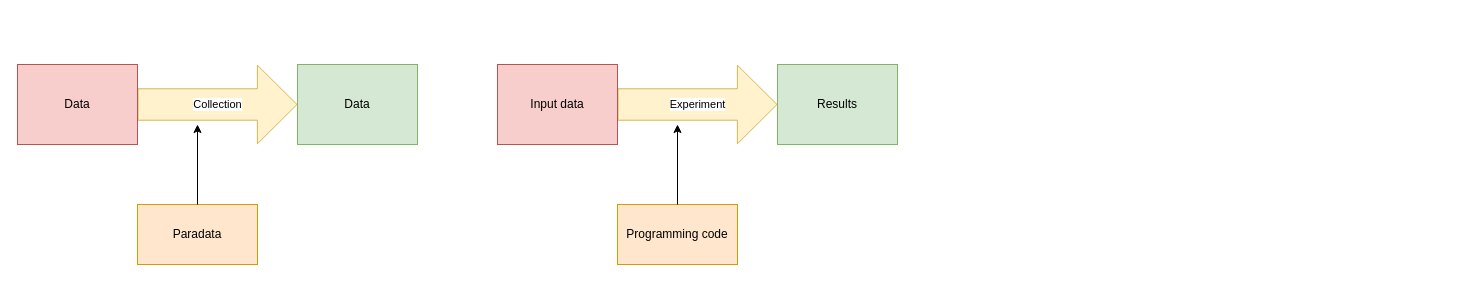
The draw.io diagram figure_1.drawio in richelbilderbeek/chapter_paradata, before the edit. Source tidied: cells renumbered, new cells numbered last; positions are measured from the earlier drawing's top-left corner, leaving out a move shared by most shapes. Both pictures are drawn from the tidied source at 100%, with x=0, y=0 at pixel (17, 64).
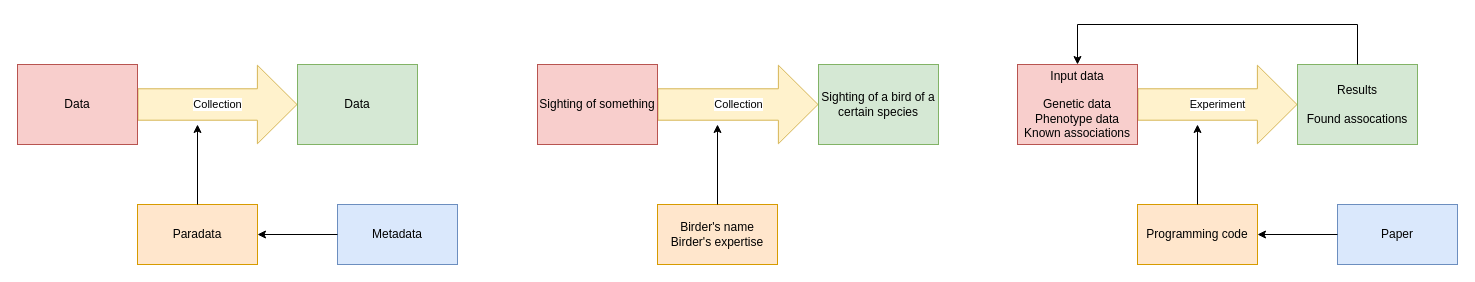
Above is the later version.

The change refers to these unchanged cells:
```xml
<mxCell id="4" value="Paradata" style="rounded=0;whiteSpace=wrap;html=1;fillColor=#ffe6cc;strokeColor=#d79b00;" parent="1" vertex="1">
  <mxGeometry x="120" y="140" width="120" height="60" as="geometry" />
</mxCell>
```

What changed in the source:
```diff
@@
-    <mxCell id="7" value="Results" style="rounded=0;whiteSpace=wrap;html=1;fillColor=#d5e8d4;strokeColor=#82b366;" parent="1" vertex="1">
-      <mxGeometry x="760" width="120" height="80" as="geometry" />
+    <mxCell id="7" value="Results&lt;br&gt;&lt;br&gt;Found assocations" style="rounded=0;whiteSpace=wrap;html=1;fillColor=#d5e8d4;strokeColor=#82b366;" parent="1" vertex="1">
+      <mxGeometry x="1280" width="120" height="80" as="geometry" />
     </mxCell>
@@
     <mxCell id="9" value="Programming code" style="rounded=0;whiteSpace=wrap;html=1;fillColor=#ffe6cc;strokeColor=#d79b00;" parent="1" vertex="1">
-      <mxGeometry x="600" y="140" width="120" height="60" as="geometry" />
+      <mxGeometry x="1120" y="140" width="120" height="60" as="geometry" />
     </mxCell>
     <mxCell id="10" style="endArrow=classic;html=1;" parent="1" edge="1" source="9">
       <mxGeometry relative="1" as="geometry">
-        <mxPoint x="660" y="60" as="targetPoint" />
+        <mxPoint x="1180" y="60" as="targetPoint" />
       </mxGeometry>
     </mxCell>
-    <mxCell id="11" value="Input data" style="rounded=0;whiteSpace=wrap;html=1;fillColor=#f8cecc;strokeColor=#b85450;" parent="1" vertex="1">
-      <mxGeometry x="480" width="120" height="80" as="geometry" />
+    <mxCell id="11" value="Input data&lt;br&gt;&lt;br&gt;Genetic data&lt;br&gt;Phenotype data&lt;br&gt;Known associations" style="rounded=0;whiteSpace=wrap;html=1;fillColor=#f8cecc;strokeColor=#b85450;" parent="1" vertex="1">
+      <mxGeometry x="1000" width="120" height="80" as="geometry" />
     </mxCell>
+    <mxCell id="12" style="endArrow=none;html=1;entryX=0.5;entryY=0;entryDx=0;entryDy=0;" parent="1" edge="1" target="7">
+      <mxGeometry relative="1" as="geometry">
+        <mxPoint x="1340" y="-40" as="sourcePoint" />
+      </mxGeometry>
+    </mxCell>
+    <mxCell id="13" style="endArrow=none;html=1;" parent="1" edge="1">
+      <mxGeometry relative="1" as="geometry">
+        <mxPoint x="1060" y="-40" as="sourcePoint" />
+        <mxPoint x="1340" y="-40" as="targetPoint" />
+      </mxGeometry>
+    </mxCell>
+    <mxCell id="14" style="endArrow=classic;html=1;" parent="1" edge="1" target="11">
+      <mxGeometry relative="1" as="geometry">
+        <mxPoint x="1060" y="-40" as="sourcePoint" />
+      </mxGeometry>
+    </mxCell>
+    <mxCell id="15" value="Metadata" style="rounded=0;whiteSpace=wrap;html=1;fillColor=#dae8fc;strokeColor=#6c8ebf;" parent="1" vertex="1">
+      <mxGeometry x="320" y="140" width="120" height="60" as="geometry" />
+    </mxCell>
+    <mxCell id="16" style="endArrow=classic;html=1;entryX=1;entryY=0.5;entryDx=0;entryDy=0;exitX=0;exitY=0.5;exitDx=0;exitDy=0;" parent="1" edge="1" source="15" target="4">
+      <mxGeometry relative="1" as="geometry" />
+    </mxCell>
+    <mxCell id="17" value="Paper" style="rounded=0;whiteSpace=wrap;html=1;fillColor=#dae8fc;strokeColor=#6c8ebf;" parent="1" vertex="1">
+      <mxGeometry x="1320" y="140" width="120" height="60" as="geometry" />
+    </mxCell>
+    <mxCell id="18" style="endArrow=classic;html=1;exitX=0;exitY=0.5;exitDx=0;exitDy=0;entryX=1;entryY=0.5;entryDx=0;entryDy=0;" parent="1" edge="1" source="17" target="9">
+      <mxGeometry relative="1" as="geometry" />
+    </mxCell>
+    <mxCell id="19" value="Sighting of a bird of a certain species" style="rounded=0;whiteSpace=wrap;html=1;fillColor=#d5e8d4;strokeColor=#82b366;" parent="1" vertex="1">
+      <mxGeometry x="801" width="120" height="80" as="geometry" />
+    </mxCell>
+    <mxCell id="20" value="Collection" style="shape=flexArrow;endArrow=classic;html=1;endWidth=46.19047619047619;endSize=12.868571428571428;width=31.428571428571427;fillColor=#fff2cc;strokeColor=#d6b656;" parent="1" edge="1" source="23" target="19">
+      <mxGeometry relative="1" as="geometry" />
+    </mxCell>
+    <mxCell id="21" value="Birder's name&lt;br&gt;Birder's expertise" style="rounded=0;whiteSpace=wrap;html=1;fillColor=#ffe6cc;strokeColor=#d79b00;" parent="1" vertex="1">
+      <mxGeometry x="640" y="140" width="120" height="60" as="geometry" />
+    </mxCell>
+    <mxCell id="22" style="endArrow=classic;html=1;" parent="1" edge="1" source="21">
+      <mxGeometry relative="1" as="geometry">
+        <mxPoint x="700" y="60" as="targetPoint" />
+      </mxGeometry>
+    </mxCell>
+    <mxCell id="23" value="Sighting of something" style="rounded=0;whiteSpace=wrap;html=1;fillColor=#f8cecc;strokeColor=#b85450;" parent="1" vertex="1">
+      <mxGeometry x="520" width="120" height="80" as="geometry" />
+    </mxCell>
```
